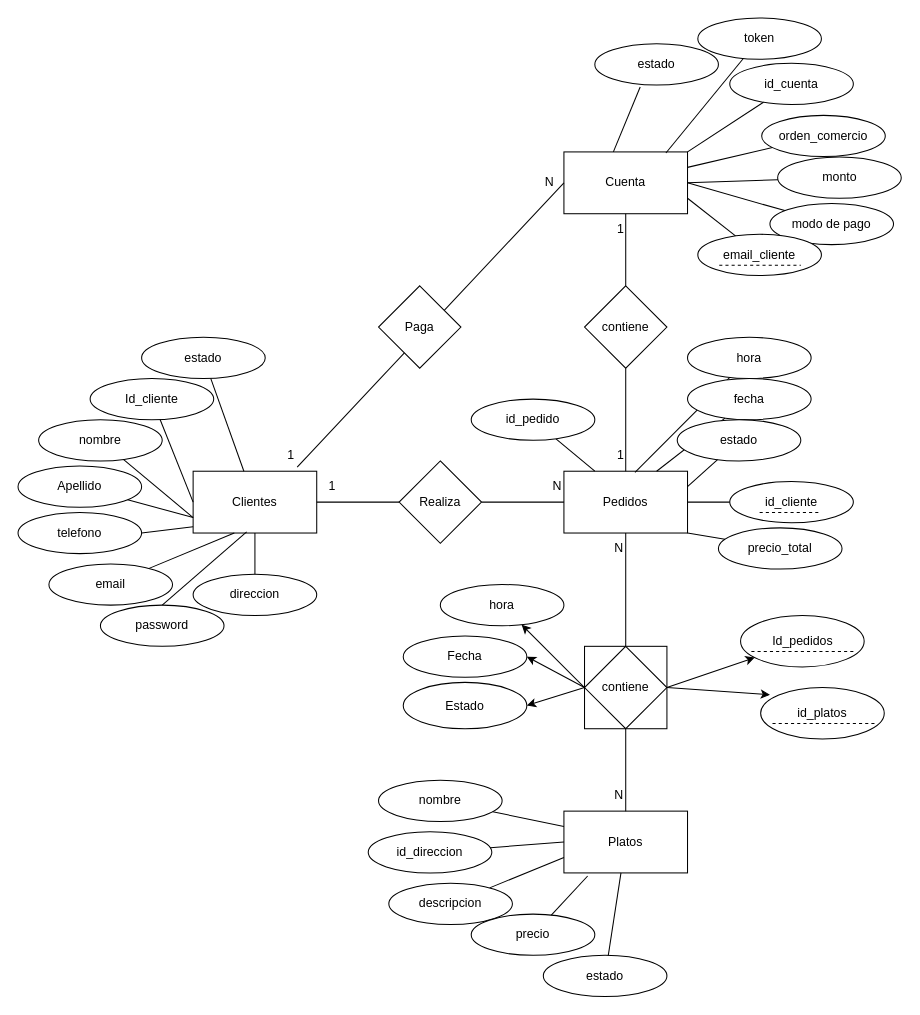
Above: MER-restaurante.drawio in nina011/bpmn_vi_semestre (draw.io), before the change. Source tidied: cells renumbered, new cells numbered last; positions are measured from the earlier drawing's top-left corner, leaving out a move shared by most shapes. Both pictures are drawn from the tidied source at 103%, with x=0, y=0 at pixel (18, 18).
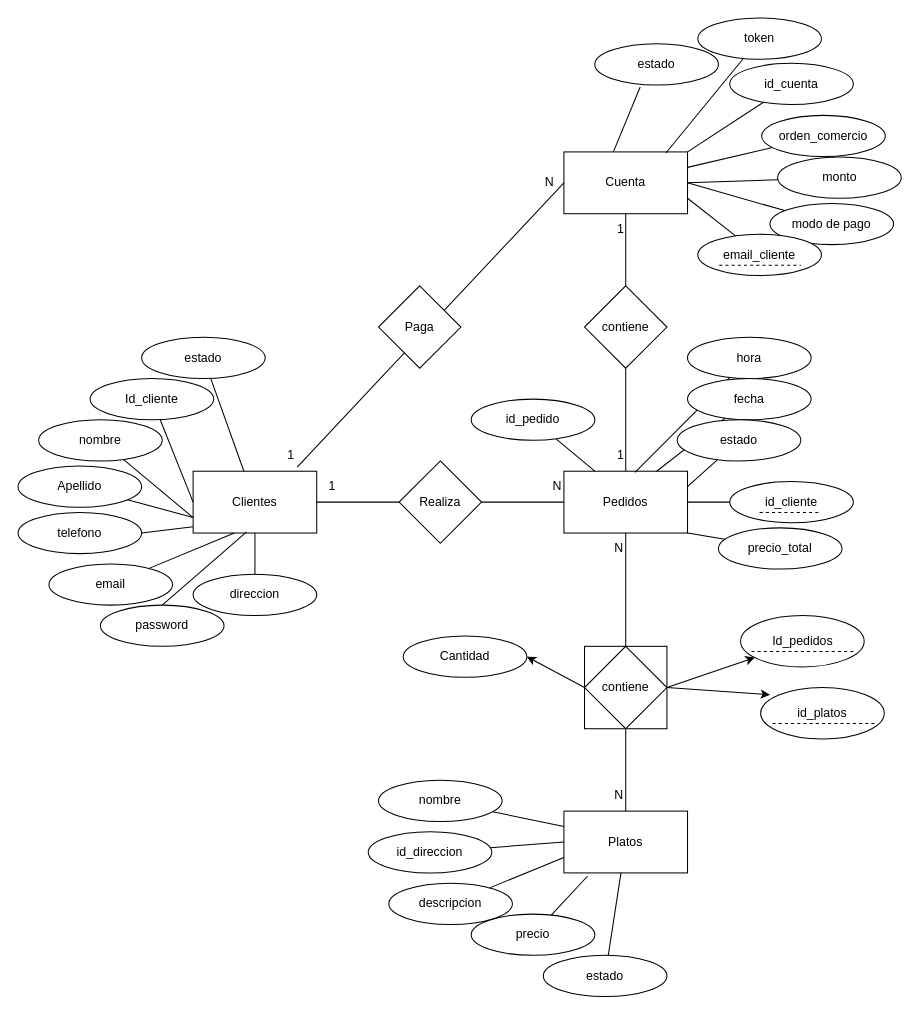
The same diagram, later.

The change refers to these unchanged cells:
```xml
<mxCell id="38" value="contiene" style="rhombus;whiteSpace=wrap;html=1;strokeWidth=1;align=center;" parent="1" vertex="1">
  <mxGeometry x="550" y="610" width="80" height="80" as="geometry" />
</mxCell>
```

The edit, as a diff of the source:
```diff
@@
-    <mxCell id="82" value="hora" style="ellipse;whiteSpace=wrap;html=1;strokeWidth=1;" parent="1" vertex="1">
-      <mxGeometry x="410" y="550" width="120" height="40" as="geometry" />
-    </mxCell>
-    <mxCell id="83" value="Fecha" style="ellipse;whiteSpace=wrap;html=1;strokeWidth=1;" parent="1" vertex="1">
+    <mxCell id="83" value="Cantidad" style="ellipse;whiteSpace=wrap;html=1;strokeWidth=1;" parent="1" vertex="1">
       <mxGeometry x="374" y="600" width="120" height="40" as="geometry" />
     </mxCell>
-    <mxCell id="84" value="Estado" style="ellipse;whiteSpace=wrap;html=1;strokeWidth=1;" parent="1" vertex="1">
-      <mxGeometry x="374" y="645" width="120" height="45" as="geometry" />
-    </mxCell>
-    <mxCell id="85" style="endArrow=classic;html=1;rounded=0;" parent="1" edge="1" target="82">
-      <mxGeometry relative="1" as="geometry">
-        <mxPoint x="550" y="650" as="sourcePoint" />
-      </mxGeometry>
-    </mxCell>
@@
-    <mxCell id="87" style="endArrow=classic;html=1;rounded=0;exitX=0;exitY=0.5;exitDx=0;exitDy=0;entryX=1;entryY=0.5;entryDx=0;entryDy=0;" parent="1" edge="1" source="38" target="84">
-      <mxGeometry relative="1" as="geometry" />
-    </mxCell>
```
